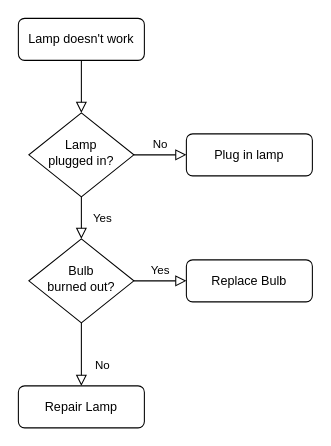
prakashadabala1/AndroidExamples keeps this draw.io diagram as Untitled Diagram.drawio. Above is the earlier version. Source tidied: cells renumbered, new cells numbered last; positions are measured from the earlier drawing's top-left corner, leaving out a move shared by most shapes. Both pictures are drawn from the tidied source at 105%, with x=0, y=0 at pixel (18, 18).
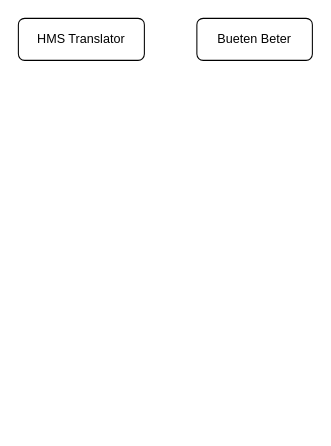
The same diagram, later.

Commit message (it also covers changes not shown here):
Log System

What changed in the source:
```diff
@@
 <mxGraphModel>
   <root>
     <mxCell id="0" />
     <mxCell id="1" parent="0" />
-    <mxCell id="2" style="rounded=0;html=1;jettySize=auto;fontSize=11;endArrow=block;endFill=0;endSize=8;strokeWidth=1;shadow=0;labelBackgroundColor=none;edgeStyle=orthogonalEdgeStyle;" parent="1" edge="1" source="3" target="6">
-      <mxGeometry relative="1" as="geometry" />
-    </mxCell>
-    <mxCell id="3" value="Lamp doesn't work" style="rounded=1;whiteSpace=wrap;html=1;fontSize=12;glass=0;strokeWidth=1;shadow=0;" parent="1" vertex="1">
+    <mxCell id="3" value="HMS Translator" style="rounded=1;whiteSpace=wrap;html=1;fontSize=12;glass=0;strokeWidth=1;shadow=0;" parent="1" vertex="1">
       <mxGeometry width="120" height="40" as="geometry" />
     </mxCell>
-    <mxCell id="4" value="Yes" style="rounded=0;html=1;jettySize=auto;fontSize=11;endArrow=block;endFill=0;endSize=8;strokeWidth=1;shadow=0;labelBackgroundColor=none;edgeStyle=orthogonalEdgeStyle;" parent="1" edge="1" source="6" target="10">
-      <mxGeometry y="20" relative="1" as="geometry" />
-    </mxCell>
-    <mxCell id="5" value="No" style="edgeStyle=orthogonalEdgeStyle;rounded=0;html=1;jettySize=auto;fontSize=11;endArrow=block;endFill=0;endSize=8;strokeWidth=1;shadow=0;labelBackgroundColor=none;" parent="1" edge="1" source="6" target="7">
-      <mxGeometry y="10" relative="1" as="geometry" />
-    </mxCell>
-    <mxCell id="6" value="Lamp&lt;br&gt;plugged in?" style="rhombus;whiteSpace=wrap;html=1;shadow=0;fontFamily=Helvetica;fontSize=12;align=center;strokeWidth=1;spacing=6;spacingTop=-4;" parent="1" vertex="1">
-      <mxGeometry x="10" y="90" width="100" height="80" as="geometry" />
-    </mxCell>
-    <mxCell id="7" value="Plug in lamp" style="rounded=1;whiteSpace=wrap;html=1;fontSize=12;glass=0;strokeWidth=1;shadow=0;" parent="1" vertex="1">
-      <mxGeometry x="160" y="110" width="120" height="40" as="geometry" />
-    </mxCell>
-    <mxCell id="8" value="No" style="rounded=0;html=1;jettySize=auto;fontSize=11;endArrow=block;endFill=0;endSize=8;strokeWidth=1;shadow=0;labelBackgroundColor=none;edgeStyle=orthogonalEdgeStyle;" parent="1" edge="1" source="10" target="11">
-      <mxGeometry x="0.33" y="20" relative="1" as="geometry" />
-    </mxCell>
-    <mxCell id="9" value="Yes" style="edgeStyle=orthogonalEdgeStyle;rounded=0;html=1;jettySize=auto;fontSize=11;endArrow=block;endFill=0;endSize=8;strokeWidth=1;shadow=0;labelBackgroundColor=none;" parent="1" edge="1" source="10" target="12">
-      <mxGeometry y="10" relative="1" as="geometry" />
-    </mxCell>
-    <mxCell id="10" value="Bulb&lt;br&gt;burned out?" style="rhombus;whiteSpace=wrap;html=1;shadow=0;fontFamily=Helvetica;fontSize=12;align=center;strokeWidth=1;spacing=6;spacingTop=-4;" parent="1" vertex="1">
-      <mxGeometry x="10" y="210" width="100" height="80" as="geometry" />
-    </mxCell>
-    <mxCell id="11" value="Repair Lamp" style="rounded=1;whiteSpace=wrap;html=1;fontSize=12;glass=0;strokeWidth=1;shadow=0;" parent="1" vertex="1">
-      <mxGeometry y="350" width="120" height="40" as="geometry" />
-    </mxCell>
-    <mxCell id="12" value="Replace Bulb" style="rounded=1;whiteSpace=wrap;html=1;fontSize=12;glass=0;strokeWidth=1;shadow=0;" parent="1" vertex="1">
-      <mxGeometry x="160" y="230" width="120" height="40" as="geometry" />
-    </mxCell>
+    <mxCell id="13" value="Bueten Beter" style="rounded=1;whiteSpace=wrap;html=1;fontSize=12;glass=0;strokeWidth=1;shadow=0;" parent="1" vertex="1">
+      <mxGeometry x="170" width="110" height="40" as="geometry" />
+    </mxCell>
   </root>
 </mxGraphModel>
```
